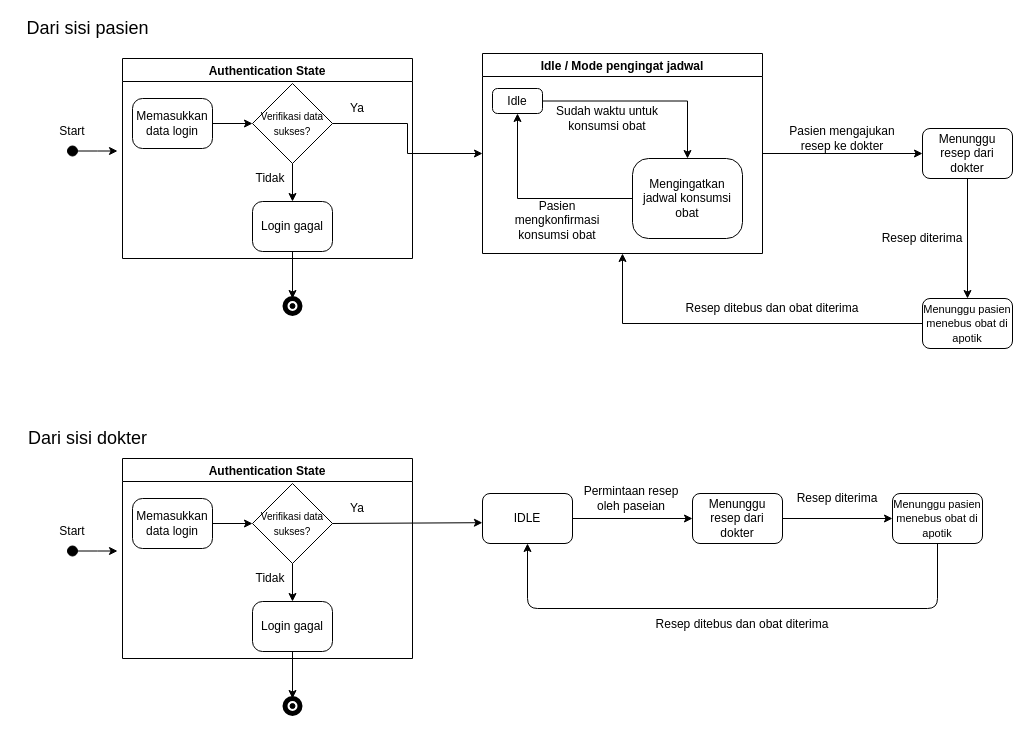
The draw.io diagram State Diagram.drawio in WidadAbida/Praktikum-PPL, before the edit. Source tidied: cells renumbered, new cells numbered last; positions are measured from the earlier drawing's top-left corner, leaving out a move shared by most shapes. Both pictures are drawn from the tidied source at 100%, with x=0, y=0 at pixel (17, 18).
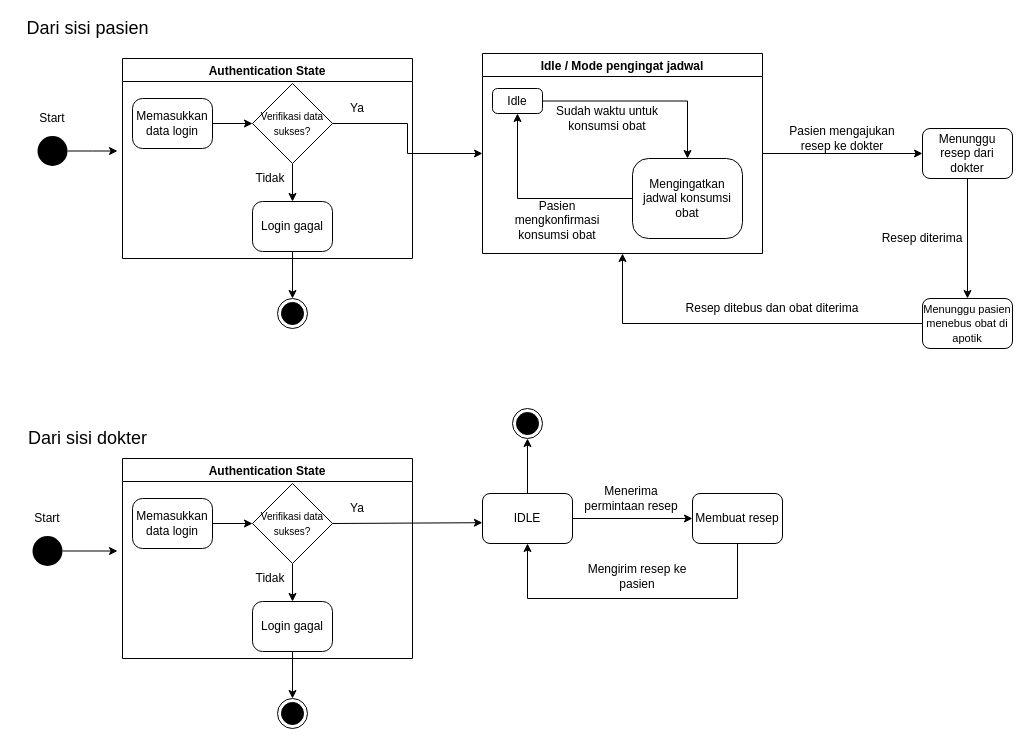
The same diagram, later.

Unchanged cells that the change refers to:
```xml
<mxCell id="23" value="IDLE" style="rounded=1;whiteSpace=wrap;html=1;fillColor=#FFFFFF;" parent="1" vertex="1">
  <mxGeometry x="465" y="475" width="90" height="50" as="geometry" />
</mxCell>
<mxCell id="36" value="Login gagal" style="rounded=1;whiteSpace=wrap;html=1;fillColor=#FFFFFF;arcSize=20;" parent="32" vertex="1">
  <mxGeometry x="130" y="143" width="80" height="50" as="geometry" />
</mxCell>
<mxCell id="50" value="Login gagal" style="rounded=1;whiteSpace=wrap;html=1;fillColor=#FFFFFF;arcSize=20;" parent="46" vertex="1">
  <mxGeometry x="130" y="143" width="80" height="50" as="geometry" />
</mxCell>
```

The edit, as a diff of the source:
```diff
@@
-    <mxCell id="2" style="edgeStyle=orthogonalEdgeStyle;rounded=0;jettySize=auto;html=1;exitX=1;exitY=0.5;exitDx=0;exitDy=0;" parent="1" edge="1" source="3">
+    <mxCell id="2" style="edgeStyle=orthogonalEdgeStyle;rounded=0;jettySize=auto;html=1;exitX=1;exitY=0.5;exitDx=0;exitDy=0;" parent="1" edge="1" source="63">
       <mxGeometry relative="1" as="geometry">
         <mxPoint x="100" y="132.5" as="targetPoint" />
       </mxGeometry>
     </mxCell>
-    <mxCell id="3" style="ellipse;whiteSpace=wrap;html=1;fillColor=#000000;" parent="1" vertex="1">
-      <mxGeometry x="50" y="127.5" width="10" height="10" as="geometry" />
-    </mxCell>
@@
     <mxCell id="13" value="Start" style="text;html=1;strokeColor=none;fillColor=none;align=center;verticalAlign=middle;whiteSpace=wrap;rounded=0;" parent="1" vertex="1">
-      <mxGeometry x="35" y="102.5" width="40" height="20" as="geometry" />
+      <mxGeometry x="15" y="90" width="40" height="20" as="geometry" />
     </mxCell>
@@
+    <mxCell id="58" style="edgeStyle=orthogonalEdgeStyle;rounded=0;jettySize=auto;html=1;" parent="1" edge="1" source="23" target="64">
+      <mxGeometry relative="1" as="geometry" />
+    </mxCell>
@@
-    <mxCell id="25" value="Permintaan resep oleh paseian" style="text;html=1;strokeColor=none;fillColor=none;align=center;verticalAlign=middle;whiteSpace=wrap;rounded=0;" parent="1" vertex="1">
+    <mxCell id="25" value="Menerima permintaan resep" style="text;html=1;strokeColor=none;fillColor=none;align=center;verticalAlign=middle;whiteSpace=wrap;rounded=0;" parent="1" vertex="1">
       <mxGeometry x="559" y="470" width="110" height="20" as="geometry" />
     </mxCell>
+    <mxCell id="59" style="edgeStyle=orthogonalEdgeStyle;rounded=0;jettySize=auto;html=1;entryX=0.5;entryY=1;entryDx=0;entryDy=0;" parent="1" edge="1" source="26" target="23">
+      <mxGeometry relative="1" as="geometry">
+        <Array as="points">
+          <mxPoint x="720" y="580" />
+          <mxPoint x="510" y="580" />
+        </Array>
+      </mxGeometry>
+    </mxCell>
-    <mxCell id="26" value="Menunggu resep dari dokter" style="rounded=1;whiteSpace=wrap;html=1;fillColor=#FFFFFF;" parent="1" vertex="1">
+    <mxCell id="26" value="Membuat resep" style="rounded=1;whiteSpace=wrap;html=1;fillColor=#FFFFFF;" parent="1" vertex="1">
       <mxGeometry x="675" y="475" width="90" height="50" as="geometry" />
     </mxCell>
-    <mxCell id="27" style="endArrow=classic;html=1;exitX=1;exitY=0.5;exitDx=0;exitDy=0;entryX=0;entryY=0.5;entryDx=0;entryDy=0;" parent="1" edge="1" source="26" target="29">
-      <mxGeometry relative="1" as="geometry" />
-    </mxCell>
-    <mxCell id="28" value="Resep diterima" style="text;html=1;strokeColor=none;fillColor=none;align=center;verticalAlign=middle;whiteSpace=wrap;rounded=0;" parent="1" vertex="1">
-      <mxGeometry x="765" y="470" width="110" height="20" as="geometry" />
+    <mxCell id="28" value="Mengirim resep ke pasien" style="text;html=1;strokeColor=none;fillColor=none;align=center;verticalAlign=middle;whiteSpace=wrap;rounded=0;" parent="1" vertex="1">
+      <mxGeometry x="565" y="547.5" width="110" height="20" as="geometry" />
     </mxCell>
-    <mxCell id="29" value="&lt;font style=&quot;font-size: 11px&quot;&gt;Menunggu pasien menebus obat di apotik&lt;/font&gt;" style="rounded=1;whiteSpace=wrap;html=1;fillColor=#FFFFFF;" parent="1" vertex="1">
-      <mxGeometry x="875" y="475" width="90" height="50" as="geometry" />
-    </mxCell>
-    <mxCell id="30" style="endArrow=classic;html=1;exitX=0.5;exitY=1;exitDx=0;exitDy=0;entryX=0.5;entryY=1;entryDx=0;entryDy=0;" parent="1" edge="1" source="29" target="23">
-      <mxGeometry relative="1" as="geometry">
-        <Array as="points">
-          <mxPoint x="920" y="590" />
-          <mxPoint x="510" y="590" />
-        </Array>
-      </mxGeometry>
-    </mxCell>
-    <mxCell id="31" value="Resep ditebus dan obat diterima" style="text;html=1;strokeColor=none;fillColor=none;align=center;verticalAlign=middle;whiteSpace=wrap;rounded=0;" parent="1" vertex="1">
-      <mxGeometry x="615" y="596" width="220" height="20" as="geometry" />
-    </mxCell>
@@
-    <mxCell id="40" style="endArrow=classic;html=1;exitX=0.5;exitY=1;exitDx=0;exitDy=0;" parent="1" edge="1" source="36" target="41">
+    <mxCell id="40" style="endArrow=classic;html=1;exitX=0.5;exitY=1;exitDx=0;exitDy=0;entryX=0.5;entryY=0;entryDx=0;entryDy=0;" parent="1" edge="1" source="36" target="61">
       <mxGeometry relative="1" as="geometry" />
     </mxCell>
-    <mxCell id="41" style="shape=ellipse;html=1;dashed=0;whitespace=wrap;strokeWidth=5;perimeter=ellipsePerimeter;" parent="1" vertex="1">
-      <mxGeometry x="267.5" y="280" width="15" height="15" as="geometry" />
-    </mxCell>
-    <mxCell id="42" style="ellipse;whiteSpace=wrap;html=1;fillColor=#000000;" parent="1" vertex="1">
-      <mxGeometry x="272.5" y="285" width="5" height="5" as="geometry" />
-    </mxCell>
-    <mxCell id="43" style="edgeStyle=orthogonalEdgeStyle;rounded=0;jettySize=auto;html=1;exitX=1;exitY=0.5;exitDx=0;exitDy=0;" parent="1" edge="1" source="44">
+    <mxCell id="43" style="edgeStyle=orthogonalEdgeStyle;rounded=0;jettySize=auto;html=1;exitX=1;exitY=0.5;exitDx=0;exitDy=0;" parent="1" edge="1" source="62">
       <mxGeometry relative="1" as="geometry">
         <mxPoint x="100" y="532.5" as="targetPoint" />
       </mxGeometry>
     </mxCell>
-    <mxCell id="44" style="ellipse;whiteSpace=wrap;html=1;fillColor=#000000;" parent="1" vertex="1">
-      <mxGeometry x="50" y="527.5" width="10" height="10" as="geometry" />
-    </mxCell>
     <mxCell id="45" value="Start" style="text;html=1;strokeColor=none;fillColor=none;align=center;verticalAlign=middle;whiteSpace=wrap;rounded=0;" parent="1" vertex="1">
-      <mxGeometry x="35" y="502.5" width="40" height="20" as="geometry" />
+      <mxGeometry x="10" y="490" width="40" height="20" as="geometry" />
     </mxCell>
@@
-    <mxCell id="54" style="endArrow=classic;html=1;exitX=0.5;exitY=1;exitDx=0;exitDy=0;" parent="1" edge="1" source="50" target="55">
+    <mxCell id="54" style="endArrow=classic;html=1;exitX=0.5;exitY=1;exitDx=0;exitDy=0;entryX=0.5;entryY=0;entryDx=0;entryDy=0;" parent="1" edge="1" source="50" target="60">
       <mxGeometry relative="1" as="geometry" />
     </mxCell>
-    <mxCell id="55" style="shape=ellipse;html=1;dashed=0;whitespace=wrap;strokeWidth=5;perimeter=ellipsePerimeter;" parent="1" vertex="1">
-      <mxGeometry x="267.5" y="680" width="15" height="15" as="geometry" />
-    </mxCell>
-    <mxCell id="56" style="ellipse;whiteSpace=wrap;html=1;fillColor=#000000;" parent="1" vertex="1">
-      <mxGeometry x="272.5" y="685" width="5" height="5" as="geometry" />
-    </mxCell>
@@
+    <mxCell id="60" style="ellipse;html=1;shape=endState;fillColor=#000000;strokeColor=#000000;" parent="1" vertex="1">
+      <mxGeometry x="260" y="680" width="30" height="30" as="geometry" />
+    </mxCell>
+    <mxCell id="61" style="ellipse;html=1;shape=endState;fillColor=#000000;strokeColor=#000000;" parent="1" vertex="1">
+      <mxGeometry x="260" y="280" width="30" height="30" as="geometry" />
+    </mxCell>
+    <mxCell id="62" style="ellipse;fillColor=#000000;strokeColor=none;" parent="1" vertex="1">
+      <mxGeometry x="15" y="517.5" width="30" height="30" as="geometry" />
+    </mxCell>
+    <mxCell id="63" style="ellipse;fillColor=#000000;strokeColor=none;" parent="1" vertex="1">
+      <mxGeometry x="20" y="117.5" width="30" height="30" as="geometry" />
+    </mxCell>
+    <mxCell id="64" style="ellipse;html=1;shape=endState;fillColor=#000000;strokeColor=#000000;" parent="1" vertex="1">
+      <mxGeometry x="495" y="390" width="30" height="30" as="geometry" />
+    </mxCell>
```
